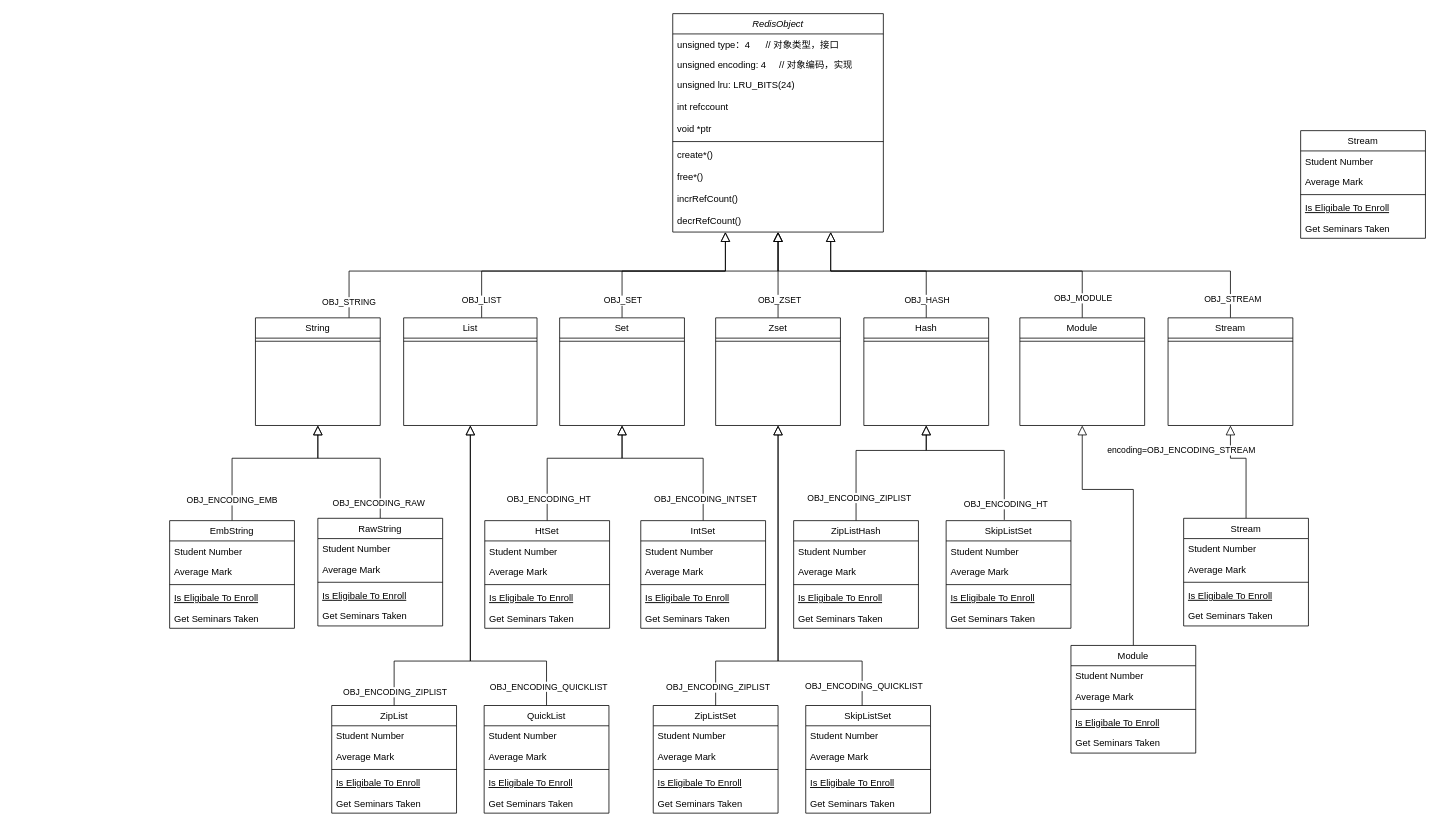
The draw.io diagram assets/redis_object.drawio in bulletjet786/reaper, before the edit. Source tidied: cells renumbered, new cells numbered last; positions are measured from the earlier drawing's top-left corner, leaving out a move shared by most shapes. Both pictures are drawn from the tidied source at 78%, with x=0, y=0 at pixel (161, 13).
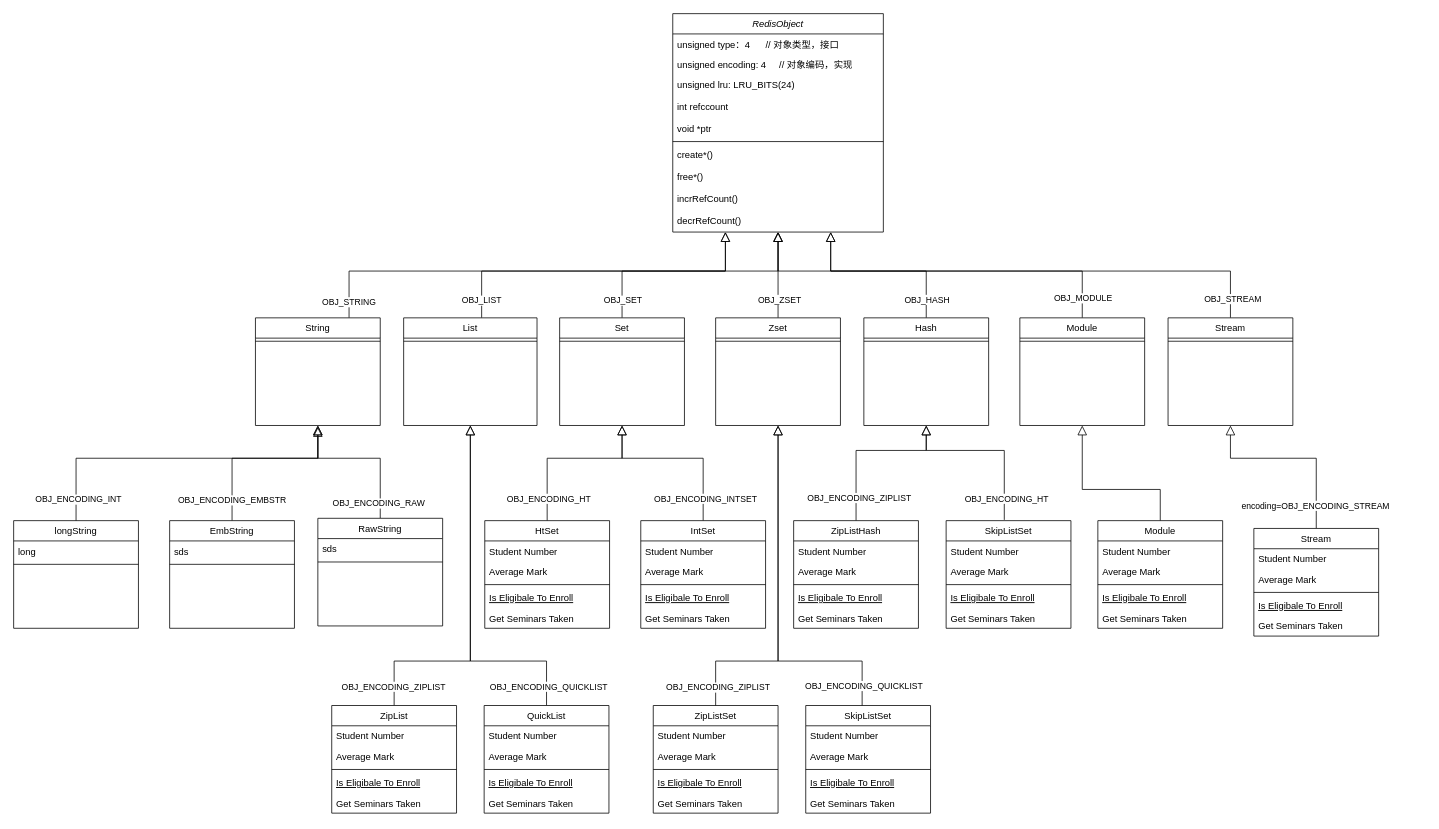
The same diagram, later.

Unchanged cells that the change refers to:
```xml
<mxCell id="36" style="endArrow=block;endSize=10;endFill=0;shadow=0;strokeWidth=1;rounded=0;edgeStyle=elbowEdgeStyle;elbow=vertical;exitX=0.5;exitY=0;exitDx=0;exitDy=0;entryX=0.5;entryY=1;entryDx=0;entryDy=0;" parent="1" edge="1" source="131" target="34">
  <mxGeometry relative="1" as="geometry">
    <Array as="points">
      <mxPoint x="1370" y="570" />
      <mxPoint x="1280" y="570" />
      <mxPoint x="803" y="340" />
      <mxPoint x="1190" y="490" />
    </Array>
  </mxGeometry>
</mxCell>
<mxCell id="44" style="endArrow=block;endSize=10;endFill=0;shadow=0;strokeWidth=1;rounded=0;edgeStyle=elbowEdgeStyle;elbow=vertical;entryX=0.5;entryY=1;entryDx=0;entryDy=0;exitX=0.5;exitY=0;exitDx=0;exitDy=0;" parent="1" edge="1" source="62" target="22">
  <mxGeometry relative="1" as="geometry">
    <Array as="points">
      <mxPoint x="140" y="570" />
      <mxPoint y="600" />
      <mxPoint x="1380" y="580" />
      <mxPoint x="1290" y="580" />
      <mxPoint x="813" y="350" />
      <mxPoint x="1200" y="500" />
    </Array>
  </mxGeometry>
</mxCell>
<mxCell id="48" style="endArrow=block;endSize=10;endFill=0;shadow=0;strokeWidth=1;rounded=0;edgeStyle=elbowEdgeStyle;elbow=vertical;entryX=0.5;entryY=1;entryDx=0;entryDy=0;exitX=0.5;exitY=0;exitDx=0;exitDy=0;" parent="1" edge="1" source="68" target="24">
  <mxGeometry relative="1" as="geometry">
    <Array as="points">
      <mxPoint x="360" y="830" />
      <mxPoint x="410" y="810" />
      <mxPoint x="260" y="810" />
      <mxPoint x="220" y="810" />
      <mxPoint x="270" y="580" />
      <mxPoint x="390" y="610" />
      <mxPoint x="210" y="620" />
      <mxPoint x="364" y="580" />
      <mxPoint x="224" y="610" />
      <mxPoint x="1604" y="590" />
      <mxPoint x="1514" y="590" />
      <mxPoint x="1037" y="360" />
      <mxPoint x="1424" y="510" />
    </Array>
  </mxGeometry>
</mxCell>
<mxCell id="56" value="RawString" style="swimlane;fontStyle=0;align=center;verticalAlign=top;horizontal=1;startSize=26;rounded=0;shadow=0;strokeWidth=1;" parent="1" vertex="1">
  <mxGeometry x="200" y="647" width="160" height="138" as="geometry" />
</mxCell>
<mxCell id="62" value="EmbString" style="swimlane;fontStyle=0;align=center;verticalAlign=top;horizontal=1;startSize=26;rounded=0;shadow=0;strokeWidth=1;" parent="1" vertex="1">
  <mxGeometry x="10" y="650" width="160" height="138" as="geometry" />
</mxCell>
<mxCell id="110" style="endArrow=block;endSize=10;endFill=0;shadow=0;strokeWidth=1;rounded=0;edgeStyle=elbowEdgeStyle;elbow=vertical;exitX=0.466;exitY=-0.007;exitDx=0;exitDy=0;exitPerimeter=0;entryX=0.5;entryY=1;entryDx=0;entryDy=0;" parent="1" edge="1" source="119" target="30">
  <mxGeometry relative="1" as="geometry">
    <Array as="points">
      <mxPoint x="1070" y="560" />
      <mxPoint x="1070" y="530" />
      <mxPoint x="1020" y="570" />
      <mxPoint x="1140" y="580" />
      <mxPoint x="1020" y="570" />
      <mxPoint x="1020" y="550" />
      <mxPoint x="1080" y="570" />
      <mxPoint x="960" y="580" />
      <mxPoint x="790" y="850" />
      <mxPoint x="844.5" y="860" />
      <mxPoint x="830.5" y="650" />
      <mxPoint x="864.5" y="610" />
      <mxPoint x="949" y="640" />
      <mxPoint x="1099" y="600" />
      <mxPoint x="929" y="650" />
      <mxPoint x="749" y="660" />
      <mxPoint x="903" y="620" />
      <mxPoint x="763" y="650" />
      <mxPoint x="2143" y="630" />
      <mxPoint x="2053" y="630" />
      <mxPoint x="1576" y="400" />
      <mxPoint x="1963" y="550" />
    </Array>
  </mxGeometry>
</mxCell>
```

The edit, as a diff of the source:
```diff
@@
     <mxCell id="37" value="encoding=OBJ_ENCODING_STREAM" style="edgeLabel;html=1;align=center;verticalAlign=middle;" parent="36" vertex="1">
-      <mxGeometry x="-0.34" y="42" relative="1" as="geometry">
-        <mxPoint x="-42" y="-42" as="offset" />
-      </mxGeometry>
+      <mxGeometry x="-0.75" y="2" relative="1" as="geometry" />
     </mxCell>
-    <mxCell id="38" value="Stream" style="swimlane;fontStyle=0;align=center;verticalAlign=top;horizontal=1;startSize=26;rounded=0;shadow=0;strokeWidth=1;" parent="1" vertex="1">
-      <mxGeometry x="1460" y="150" width="160" height="138" as="geometry" />
-    </mxCell>
-    <mxCell id="39" value="Student Number" style="text;align=left;verticalAlign=top;spacingLeft=4;spacingRight=4;overflow=hidden;" parent="38" vertex="1">
-      <mxGeometry y="26" width="160" height="26" as="geometry" />
-    </mxCell>
-    <mxCell id="40" value="Average Mark" style="text;align=left;verticalAlign=top;spacingLeft=4;spacingRight=4;overflow=hidden;rounded=0;shadow=0;html=0;" parent="38" vertex="1">
-      <mxGeometry y="52" width="160" height="26" as="geometry" />
-    </mxCell>
-    <mxCell id="41" style="line;html=1;strokeWidth=1;align=left;verticalAlign=middle;spacingTop=-1;spacingLeft=3;spacingRight=3;labelPosition=right;" parent="38" vertex="1">
-      <mxGeometry y="78" width="160" height="8" as="geometry" />
-    </mxCell>
-    <mxCell id="42" value="Is Eligibale To Enroll" style="text;align=left;verticalAlign=top;spacingLeft=4;spacingRight=4;overflow=hidden;fontStyle=4;" parent="38" vertex="1">
-      <mxGeometry y="86" width="160" height="26" as="geometry" />
-    </mxCell>
-    <mxCell id="43" value="Get Seminars Taken" style="text;align=left;verticalAlign=top;spacingLeft=4;spacingRight=4;overflow=hidden;" parent="38" vertex="1">
-      <mxGeometry y="112" width="160" height="26" as="geometry" />
-    </mxCell>
@@
-    <mxCell id="45" value="OBJ_ENCODING_EMB" style="edgeLabel;html=1;align=center;verticalAlign=middle;" parent="44" vertex="1">
+    <mxCell id="45" value="OBJ_ENCODING_EMBSTR" style="edgeLabel;html=1;align=center;verticalAlign=middle;" parent="44" vertex="1">
       <mxGeometry x="-0.77" y="1" relative="1" as="geometry" />
     </mxCell>
@@
     <mxCell id="49" value="OBJ_ENCODING_ZIPLIST" style="edgeLabel;html=1;align=center;verticalAlign=middle;" parent="48" vertex="1">
-      <mxGeometry x="-0.92" y="-1" relative="1" as="geometry" />
+      <mxGeometry x="-0.89" y="1" relative="1" as="geometry" />
     </mxCell>
@@
-    <mxCell id="57" value="Student Number" style="text;align=left;verticalAlign=top;spacingLeft=4;spacingRight=4;overflow=hidden;" parent="56" vertex="1">
-      <mxGeometry y="26" width="160" height="26" as="geometry" />
-    </mxCell>
-    <mxCell id="58" value="Average Mark" style="text;align=left;verticalAlign=top;spacingLeft=4;spacingRight=4;overflow=hidden;rounded=0;shadow=0;html=0;" parent="56" vertex="1">
-      <mxGeometry y="52" width="160" height="26" as="geometry" />
+    <mxCell id="58" value="sds" style="text;align=left;verticalAlign=top;spacingLeft=4;spacingRight=4;overflow=hidden;rounded=0;shadow=0;html=0;" parent="56" vertex="1">
+      <mxGeometry y="26" width="160" height="26" as="geometry" />
     </mxCell>
     <mxCell id="59" style="line;html=1;strokeWidth=1;align=left;verticalAlign=middle;spacingTop=-1;spacingLeft=3;spacingRight=3;labelPosition=right;" parent="56" vertex="1">
-      <mxGeometry y="78" width="160" height="8" as="geometry" />
+      <mxGeometry y="52" width="160" height="8" as="geometry" />
     </mxCell>
-    <mxCell id="60" value="Is Eligibale To Enroll" style="text;align=left;verticalAlign=top;spacingLeft=4;spacingRight=4;overflow=hidden;fontStyle=4;" parent="56" vertex="1">
-      <mxGeometry y="86" width="160" height="26" as="geometry" />
-    </mxCell>
-    <mxCell id="61" value="Get Seminars Taken" style="text;align=left;verticalAlign=top;spacingLeft=4;spacingRight=4;overflow=hidden;" parent="56" vertex="1">
-      <mxGeometry y="112" width="160" height="26" as="geometry" />
-    </mxCell>
@@
-    <mxCell id="63" value="Student Number" style="text;align=left;verticalAlign=top;spacingLeft=4;spacingRight=4;overflow=hidden;" parent="62" vertex="1">
+    <mxCell id="63" value="sds" style="text;align=left;verticalAlign=top;spacingLeft=4;spacingRight=4;overflow=hidden;" parent="62" vertex="1">
       <mxGeometry y="26" width="160" height="26" as="geometry" />
     </mxCell>
-    <mxCell id="64" value="Average Mark" style="text;align=left;verticalAlign=top;spacingLeft=4;spacingRight=4;overflow=hidden;rounded=0;shadow=0;html=0;" parent="62" vertex="1">
-      <mxGeometry y="52" width="160" height="26" as="geometry" />
-    </mxCell>
     <mxCell id="65" style="line;html=1;strokeWidth=1;align=left;verticalAlign=middle;spacingTop=-1;spacingLeft=3;spacingRight=3;labelPosition=right;" parent="62" vertex="1">
-      <mxGeometry y="78" width="160" height="8" as="geometry" />
+      <mxGeometry y="52" width="160" height="8" as="geometry" />
     </mxCell>
-    <mxCell id="66" value="Is Eligibale To Enroll" style="text;align=left;verticalAlign=top;spacingLeft=4;spacingRight=4;overflow=hidden;fontStyle=4;" parent="62" vertex="1">
-      <mxGeometry y="86" width="160" height="26" as="geometry" />
-    </mxCell>
-    <mxCell id="67" value="Get Seminars Taken" style="text;align=left;verticalAlign=top;spacingLeft=4;spacingRight=4;overflow=hidden;" parent="62" vertex="1">
-      <mxGeometry y="112" width="160" height="26" as="geometry" />
-    </mxCell>
@@
     <mxCell id="111" value="OBJ_ENCODING_HT" style="edgeLabel;html=1;align=center;verticalAlign=middle;" parent="110" vertex="1">
-      <mxGeometry x="-0.81" y="-1" relative="1" as="geometry" />
+      <mxGeometry x="-0.75" y="-2" relative="1" as="geometry" />
     </mxCell>
@@
+    <mxCell id="137" value="longString" style="swimlane;fontStyle=0;align=center;verticalAlign=top;horizontal=1;startSize=26;rounded=0;shadow=0;strokeWidth=1;" parent="1" vertex="1">
+      <mxGeometry x="-190" y="650" width="160" height="138" as="geometry" />
+    </mxCell>
+    <mxCell id="138" value="long" style="text;align=left;verticalAlign=top;spacingLeft=4;spacingRight=4;overflow=hidden;rounded=0;shadow=0;html=0;" parent="137" vertex="1">
+      <mxGeometry y="26" width="160" height="26" as="geometry" />
+    </mxCell>
+    <mxCell id="139" style="line;html=1;strokeWidth=1;align=left;verticalAlign=middle;spacingTop=-1;spacingLeft=3;spacingRight=3;labelPosition=right;" parent="137" vertex="1">
+      <mxGeometry y="52" width="160" height="8" as="geometry" />
+    </mxCell>
+    <mxCell id="140" style="endArrow=block;endSize=10;endFill=0;shadow=0;strokeWidth=1;rounded=0;edgeStyle=elbowEdgeStyle;elbow=vertical;exitX=0.5;exitY=0;exitDx=0;exitDy=0;" parent="1" edge="1" source="137">
+      <mxGeometry relative="1" as="geometry">
+        <mxPoint x="200" y="530" as="targetPoint" />
+        <Array as="points">
+          <mxPoint x="30" y="570" />
+          <mxPoint x="150" y="580" />
+          <mxPoint x="10" y="610" />
+          <mxPoint x="1390" y="590" />
+          <mxPoint x="1300" y="590" />
+          <mxPoint x="823" y="360" />
+          <mxPoint x="1210" y="510" />
+        </Array>
+      </mxGeometry>
+    </mxCell>
+    <mxCell id="141" value="OBJ_ENCODING_INT" style="edgeLabel;html=1;align=center;verticalAlign=middle;" parent="140" vertex="1">
+      <mxGeometry x="-0.87" y="-2" relative="1" as="geometry" />
+    </mxCell>
     <mxCell id="125" value="Module" style="swimlane;fontStyle=0;align=center;verticalAlign=top;horizontal=1;startSize=26;rounded=0;shadow=0;strokeWidth=1;" parent="1" vertex="1">
-      <mxGeometry x="1165.5" y="810" width="160" height="138" as="geometry" />
+      <mxGeometry x="1200" y="650" width="160" height="138" as="geometry" />
     </mxCell>
@@
     <mxCell id="131" value="Stream" style="swimlane;fontStyle=0;align=center;verticalAlign=top;horizontal=1;startSize=26;rounded=0;shadow=0;strokeWidth=1;" parent="1" vertex="1">
-      <mxGeometry x="1310" y="647" width="160" height="138" as="geometry" />
+      <mxGeometry x="1400" y="660" width="160" height="138" as="geometry" />
     </mxCell>
```
